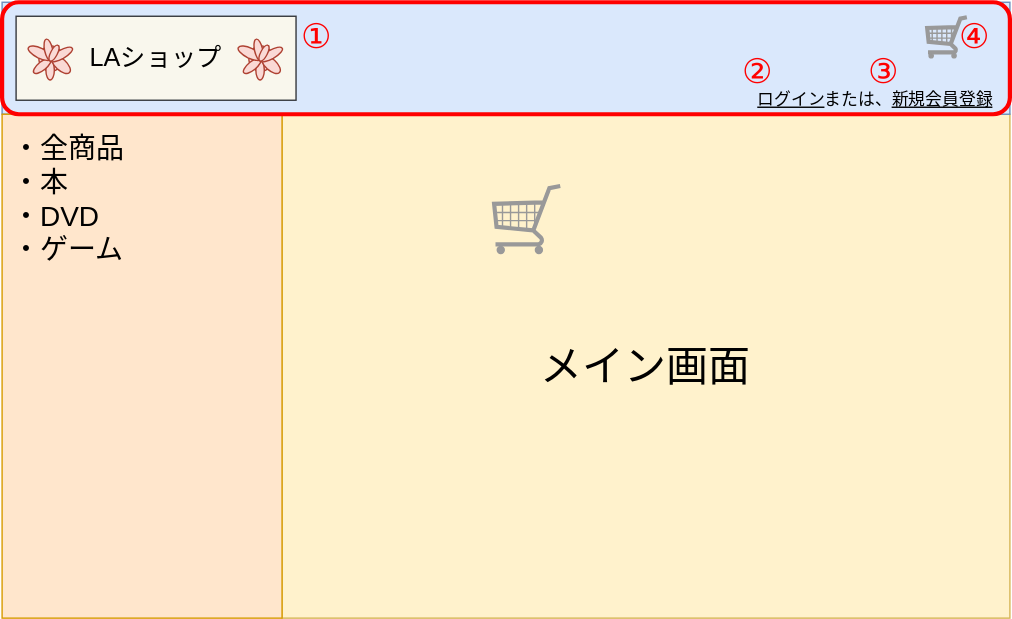
Before: documents/20_外部設計/image/ログイン画面.svg, a diagram exported from draw.io (la-java-silicon-2021/shopping-doc). Source tidied: cells renumbered, new cells last; positions are measured from the earlier drawing's top-left corner, leaving out a move shared by most shapes.
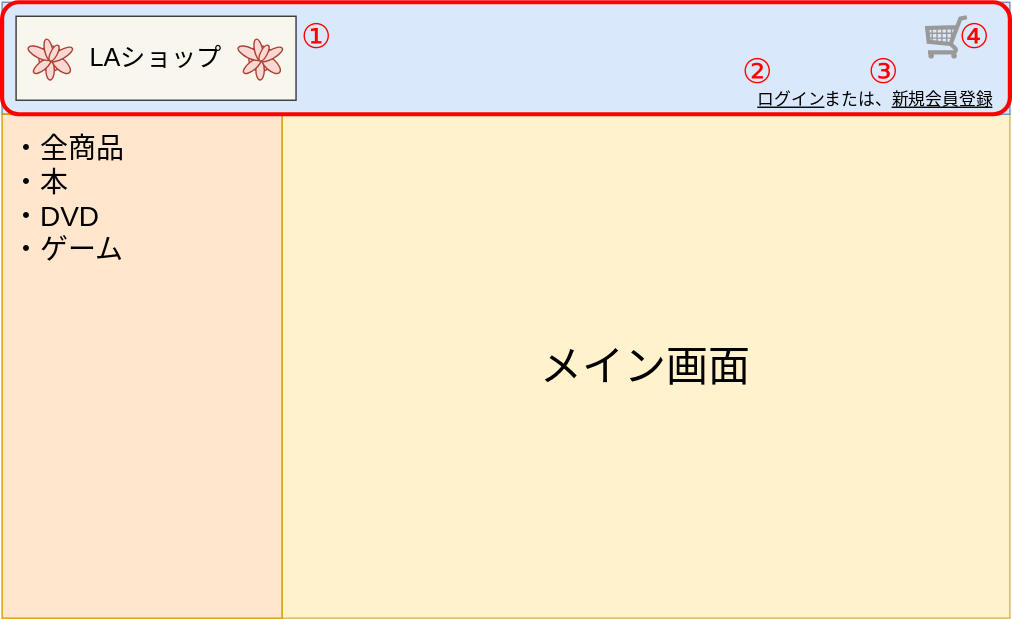
After the commit.

Commit message:
ログイン画面.svg を更新します

What changed in the source:
```diff
@@ -29,9 +29,6 @@
     <mxCell id="10" value="&lt;font style=&quot;font-size: 18px&quot;&gt;LAショップ&lt;/font&gt;" style="rounded=0;whiteSpace=wrap;html=1;sketch=0;strokeWidth=1;fillColor=#f9f7ed;strokeColor=#36393d;" parent="1" vertex="1">
       <mxGeometry x="10" y="10" width="200" height="60" as="geometry" />
     </mxCell>
-    <mxCell id="11" style="verticalLabelPosition=bottom;shadow=0;dashed=0;align=center;html=1;verticalAlign=top;strokeWidth=1;shape=mxgraph.mockup.misc.shoppingCart;strokeColor=#999999;rounded=1;sketch=0;" parent="1" vertex="1">
-      <mxGeometry x="350" y="130" width="50" height="50" as="geometry" />
-    </mxCell>
     <mxCell id="12" style="verticalLabelPosition=bottom;html=1;verticalAlign=top;align=center;shape=mxgraph.floorplan.plant;rounded=1;sketch=0;strokeColor=#ae4132;strokeWidth=1;fillColor=#fad9d5;" parent="1" vertex="1">
       <mxGeometry x="20" y="24.5" width="27" height="31" as="geometry" />
     </mxCell>
```
